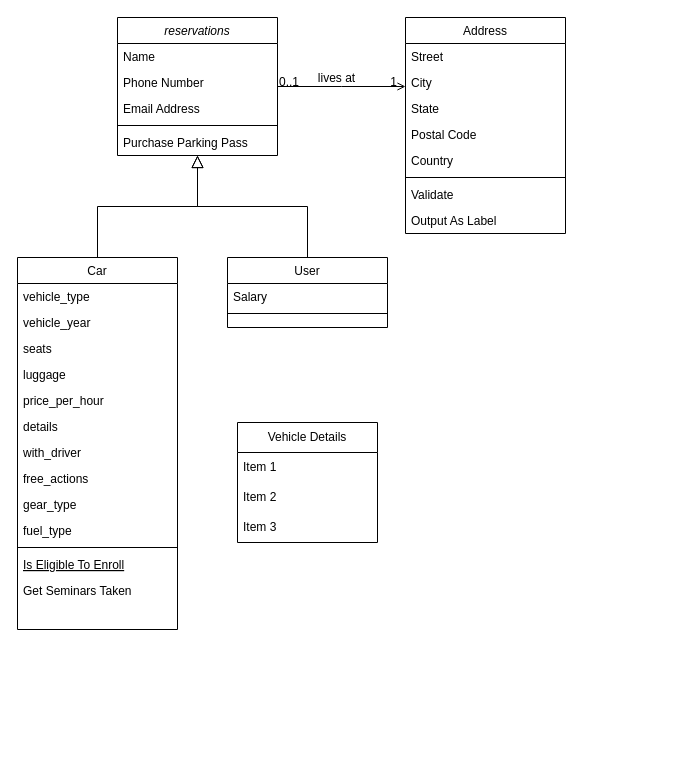
Above: api.drawio in khusanov-m/rent-gate-api (draw.io), before the change. Source tidied: cells renumbered, new cells numbered last; positions are measured from the earlier drawing's top-left corner, leaving out a move shared by most shapes. Both pictures are drawn from the tidied source at 100%, with x=0, y=0 at pixel (17, 17).
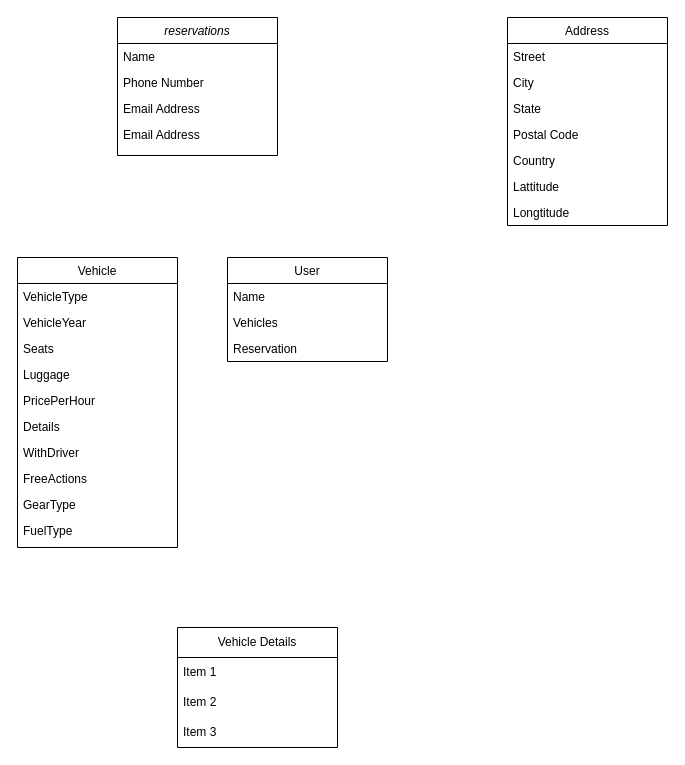
The same diagram, later.

Commit message (it also covers changes not shown here):
feat: add create vehicle method and apply preloading

The change refers to these unchanged cells:
```xml
<mxCell id="2" value="reservations" style="swimlane;fontStyle=2;align=center;verticalAlign=top;horizontal=1;startSize=26;rounded=0;shadow=0;strokeWidth=1;" parent="1" vertex="1">
  <mxGeometry x="100" width="160" height="138" as="geometry" />
</mxCell>
```

Diff of the diagram source:
```diff
@@
-    <mxCell id="6" style="line;html=1;strokeWidth=1;align=left;verticalAlign=middle;spacingTop=-1;spacingLeft=3;spacingRight=3;labelPosition=right;" parent="2" vertex="1">
-      <mxGeometry y="104" width="160" height="8" as="geometry" />
-    </mxCell>
-    <mxCell id="7" value="Purchase Parking Pass" style="text;align=left;verticalAlign=top;spacingLeft=4;spacingRight=4;overflow=hidden;" parent="2" vertex="1">
-      <mxGeometry y="112" width="160" height="26" as="geometry" />
-    </mxCell>
+    <mxCell id="44" value="Email Address" style="text;align=left;verticalAlign=top;spacingLeft=4;spacingRight=4;overflow=hidden;rounded=0;shadow=0;html=0;" parent="2" vertex="1">
+      <mxGeometry y="104" width="160" height="26" as="geometry" />
+    </mxCell>
-    <mxCell id="8" value="Car" style="swimlane;fontStyle=0;align=center;verticalAlign=top;horizontal=1;startSize=26;rounded=0;shadow=0;strokeWidth=1;" parent="1" vertex="1">
-      <mxGeometry y="240" width="160" height="372" as="geometry" />
+    <mxCell id="8" value="Vehicle" style="swimlane;fontStyle=0;align=center;verticalAlign=top;horizontal=1;startSize=26;rounded=0;shadow=0;strokeWidth=1;" parent="1" vertex="1">
+      <mxGeometry y="240" width="160" height="290" as="geometry" />
     </mxCell>
-    <mxCell id="9" value="vehicle_type" style="text;align=left;verticalAlign=top;spacingLeft=4;spacingRight=4;overflow=hidden;rounded=0;shadow=0;html=0;" parent="8" vertex="1">
+    <mxCell id="9" value="VehicleType" style="text;align=left;verticalAlign=top;spacingLeft=4;spacingRight=4;overflow=hidden;rounded=0;shadow=0;html=0;" parent="8" vertex="1">
       <mxGeometry y="26" width="160" height="26" as="geometry" />
     </mxCell>
-    <mxCell id="10" value="vehicle_year" style="text;align=left;verticalAlign=top;spacingLeft=4;spacingRight=4;overflow=hidden;rounded=0;shadow=0;html=0;" parent="8" vertex="1">
+    <mxCell id="10" value="VehicleYear" style="text;align=left;verticalAlign=top;spacingLeft=4;spacingRight=4;overflow=hidden;rounded=0;shadow=0;html=0;" parent="8" vertex="1">
       <mxGeometry y="52" width="160" height="26" as="geometry" />
     </mxCell>
-    <mxCell id="11" value="seats" style="text;align=left;verticalAlign=top;spacingLeft=4;spacingRight=4;overflow=hidden;rounded=0;shadow=0;html=0;" parent="8" vertex="1">
+    <mxCell id="11" value="Seats" style="text;align=left;verticalAlign=top;spacingLeft=4;spacingRight=4;overflow=hidden;rounded=0;shadow=0;html=0;" parent="8" vertex="1">
       <mxGeometry y="78" width="160" height="26" as="geometry" />
     </mxCell>
-    <mxCell id="12" value="luggage" style="text;align=left;verticalAlign=top;spacingLeft=4;spacingRight=4;overflow=hidden;rounded=0;shadow=0;html=0;" parent="8" vertex="1">
+    <mxCell id="12" value="Luggage" style="text;align=left;verticalAlign=top;spacingLeft=4;spacingRight=4;overflow=hidden;rounded=0;shadow=0;html=0;" parent="8" vertex="1">
       <mxGeometry y="104" width="160" height="26" as="geometry" />
     </mxCell>
-    <mxCell id="13" value="price_per_hour" style="text;align=left;verticalAlign=top;spacingLeft=4;spacingRight=4;overflow=hidden;rounded=0;shadow=0;html=0;" parent="8" vertex="1">
+    <mxCell id="13" value="PricePerHour" style="text;align=left;verticalAlign=top;spacingLeft=4;spacingRight=4;overflow=hidden;rounded=0;shadow=0;html=0;" parent="8" vertex="1">
       <mxGeometry y="130" width="160" height="26" as="geometry" />
     </mxCell>
-    <mxCell id="14" value="details" style="text;align=left;verticalAlign=top;spacingLeft=4;spacingRight=4;overflow=hidden;rounded=0;shadow=0;html=0;" parent="8" vertex="1">
+    <mxCell id="14" value="Details" style="text;align=left;verticalAlign=top;spacingLeft=4;spacingRight=4;overflow=hidden;rounded=0;shadow=0;html=0;" parent="8" vertex="1">
       <mxGeometry y="156" width="160" height="26" as="geometry" />
     </mxCell>
-    <mxCell id="15" value="with_driver" style="text;align=left;verticalAlign=top;spacingLeft=4;spacingRight=4;overflow=hidden;rounded=0;shadow=0;html=0;" parent="8" vertex="1">
+    <mxCell id="15" value="WithDriver" style="text;align=left;verticalAlign=top;spacingLeft=4;spacingRight=4;overflow=hidden;rounded=0;shadow=0;html=0;" parent="8" vertex="1">
       <mxGeometry y="182" width="160" height="26" as="geometry" />
     </mxCell>
-    <mxCell id="16" value="free_actions" style="text;align=left;verticalAlign=top;spacingLeft=4;spacingRight=4;overflow=hidden;rounded=0;shadow=0;html=0;" parent="8" vertex="1">
+    <mxCell id="16" value="FreeActions" style="text;align=left;verticalAlign=top;spacingLeft=4;spacingRight=4;overflow=hidden;rounded=0;shadow=0;html=0;" parent="8" vertex="1">
       <mxGeometry y="208" width="160" height="26" as="geometry" />
     </mxCell>
-    <mxCell id="17" value="gear_type" style="text;align=left;verticalAlign=top;spacingLeft=4;spacingRight=4;overflow=hidden;rounded=0;shadow=0;html=0;" parent="8" vertex="1">
+    <mxCell id="17" value="GearType" style="text;align=left;verticalAlign=top;spacingLeft=4;spacingRight=4;overflow=hidden;rounded=0;shadow=0;html=0;" parent="8" vertex="1">
       <mxGeometry y="234" width="160" height="26" as="geometry" />
     </mxCell>
-    <mxCell id="18" value="fuel_type" style="text;align=left;verticalAlign=top;spacingLeft=4;spacingRight=4;overflow=hidden;rounded=0;shadow=0;html=0;" parent="8" vertex="1">
+    <mxCell id="18" value="FuelType" style="text;align=left;verticalAlign=top;spacingLeft=4;spacingRight=4;overflow=hidden;rounded=0;shadow=0;html=0;" parent="8" vertex="1">
       <mxGeometry y="260" width="160" height="26" as="geometry" />
     </mxCell>
-    <mxCell id="19" style="line;html=1;strokeWidth=1;align=left;verticalAlign=middle;spacingTop=-1;spacingLeft=3;spacingRight=3;labelPosition=right;" parent="8" vertex="1">
-      <mxGeometry y="286" width="160" height="8" as="geometry" />
-    </mxCell>
-    <mxCell id="20" value="Is Eligible To Enroll" style="text;align=left;verticalAlign=top;spacingLeft=4;spacingRight=4;overflow=hidden;fontStyle=4;" parent="8" vertex="1">
-      <mxGeometry y="294" width="160" height="26" as="geometry" />
-    </mxCell>
-    <mxCell id="21" value="Get Seminars Taken" style="text;align=left;verticalAlign=top;spacingLeft=4;spacingRight=4;overflow=hidden;" parent="8" vertex="1">
-      <mxGeometry y="320" width="160" height="26" as="geometry" />
-    </mxCell>
-    <mxCell id="22" style="endArrow=block;endSize=10;endFill=0;shadow=0;strokeWidth=1;rounded=0;edgeStyle=elbowEdgeStyle;elbow=vertical;" parent="1" edge="1" source="8" target="2">
-      <mxGeometry relative="1" as="geometry" />
-    </mxCell>
     <mxCell id="23" value="User" style="swimlane;fontStyle=0;align=center;verticalAlign=top;horizontal=1;startSize=26;rounded=0;shadow=0;strokeWidth=1;" parent="1" vertex="1">
-      <mxGeometry x="210" y="240" width="160" height="70" as="geometry" />
+      <mxGeometry x="210" y="240" width="160" height="104" as="geometry" />
     </mxCell>
-    <mxCell id="24" value="Salary" style="text;align=left;verticalAlign=top;spacingLeft=4;spacingRight=4;overflow=hidden;" parent="23" vertex="1">
+    <mxCell id="24" value="Name" style="text;align=left;verticalAlign=top;spacingLeft=4;spacingRight=4;overflow=hidden;" parent="23" vertex="1">
       <mxGeometry y="26" width="160" height="26" as="geometry" />
     </mxCell>
-    <mxCell id="25" style="line;html=1;strokeWidth=1;align=left;verticalAlign=middle;spacingTop=-1;spacingLeft=3;spacingRight=3;labelPosition=right;" parent="23" vertex="1">
-      <mxGeometry y="52" width="160" height="8" as="geometry" />
-    </mxCell>
-    <mxCell id="26" style="endArrow=block;endSize=10;endFill=0;shadow=0;strokeWidth=1;rounded=0;edgeStyle=elbowEdgeStyle;elbow=vertical;" parent="1" edge="1" source="23" target="2">
-      <mxGeometry relative="1" as="geometry" />
-    </mxCell>
+    <mxCell id="45" value="Vehicles" style="text;align=left;verticalAlign=top;spacingLeft=4;spacingRight=4;overflow=hidden;" parent="23" vertex="1">
+      <mxGeometry y="52" width="160" height="26" as="geometry" />
+    </mxCell>
+    <mxCell id="46" value="Reservation" style="text;align=left;verticalAlign=top;spacingLeft=4;spacingRight=4;overflow=hidden;" parent="23" vertex="1">
+      <mxGeometry y="78" width="160" height="26" as="geometry" />
+    </mxCell>
     <mxCell id="27" value="Address" style="swimlane;fontStyle=0;align=center;verticalAlign=top;horizontal=1;startSize=26;rounded=0;shadow=0;strokeWidth=1;" parent="1" vertex="1">
-      <mxGeometry x="388" width="160" height="216" as="geometry" />
+      <mxGeometry x="490" width="160" height="208" as="geometry" />
     </mxCell>
@@
-    <mxCell id="33" style="line;html=1;strokeWidth=1;align=left;verticalAlign=middle;spacingTop=-1;spacingLeft=3;spacingRight=3;labelPosition=right;" parent="27" vertex="1">
-      <mxGeometry y="156" width="160" height="8" as="geometry" />
-    </mxCell>
-    <mxCell id="34" value="Validate" style="text;align=left;verticalAlign=top;spacingLeft=4;spacingRight=4;overflow=hidden;" parent="27" vertex="1">
-      <mxGeometry y="164" width="160" height="26" as="geometry" />
-    </mxCell>
-    <mxCell id="35" value="Output As Label" style="text;align=left;verticalAlign=top;spacingLeft=4;spacingRight=4;overflow=hidden;" parent="27" vertex="1">
-      <mxGeometry y="190" width="160" height="26" as="geometry" />
-    </mxCell>
-    <mxCell id="36" style="endArrow=open;shadow=0;strokeWidth=1;rounded=0;endFill=1;edgeStyle=elbowEdgeStyle;elbow=vertical;" parent="1" edge="1" source="2" target="27">
-      <mxGeometry x="0.5" y="41" relative="1" as="geometry">
-        <mxPoint x="-40" y="32" as="offset" />
-      </mxGeometry>
-    </mxCell>
-    <mxCell id="37" value="0..1" style="align=left;verticalAlign=bottom;labelBackgroundColor=none;fontSize=12;" parent="36" vertex="1">
-      <mxGeometry x="-1" relative="1" as="geometry">
-        <mxPoint y="4" as="offset" />
-      </mxGeometry>
-    </mxCell>
-    <mxCell id="38" value="1" style="align=right;verticalAlign=bottom;labelBackgroundColor=none;fontSize=12;" parent="36" vertex="1">
-      <mxGeometry x="1" relative="1" as="geometry">
-        <mxPoint x="-7" y="4" as="offset" />
-      </mxGeometry>
-    </mxCell>
-    <mxCell id="39" value="lives at" style="text;html=1;align=center;verticalAlign=middle;labelBackgroundColor=none;rounded=0;shadow=0;strokeWidth=1;fontSize=12;" parent="36" vertex="1">
-      <mxGeometry x="0.5" y="49" relative="1" as="geometry">
-        <mxPoint x="-38" y="40" as="offset" />
-      </mxGeometry>
-    </mxCell>
+    <mxCell id="47" value="Lattitude" style="text;align=left;verticalAlign=top;spacingLeft=4;spacingRight=4;overflow=hidden;rounded=0;shadow=0;html=0;" parent="27" vertex="1">
+      <mxGeometry y="156" width="160" height="26" as="geometry" />
+    </mxCell>
+    <mxCell id="48" value="Longtitude" style="text;align=left;verticalAlign=top;spacingLeft=4;spacingRight=4;overflow=hidden;rounded=0;shadow=0;html=0;" parent="27" vertex="1">
+      <mxGeometry y="182" width="160" height="26" as="geometry" />
+    </mxCell>
     <mxCell id="40" value="Vehicle Details" style="swimlane;fontStyle=0;horizontal=1;startSize=30;whiteSpace=wrap;html=1;" parent="1" vertex="1">
-      <mxGeometry x="220" y="405" width="140" height="120" as="geometry" />
+      <mxGeometry x="160" y="610" width="160" height="120" as="geometry" />
     </mxCell>
     <mxCell id="41" value="Item 1" style="text;strokeColor=none;fillColor=none;align=left;verticalAlign=middle;spacingLeft=4;spacingRight=4;overflow=hidden;whiteSpace=wrap;html=1;" parent="40" vertex="1">
-      <mxGeometry y="30" width="140" height="30" as="geometry" />
+      <mxGeometry y="30" width="160" height="30" as="geometry" />
     </mxCell>
     <mxCell id="42" value="Item 2" style="text;strokeColor=none;fillColor=none;align=left;verticalAlign=middle;spacingLeft=4;spacingRight=4;overflow=hidden;whiteSpace=wrap;html=1;" parent="40" vertex="1">
-      <mxGeometry y="60" width="140" height="30" as="geometry" />
+      <mxGeometry y="60" width="160" height="30" as="geometry" />
     </mxCell>
     <mxCell id="43" value="Item 3" style="text;strokeColor=none;fillColor=none;align=left;verticalAlign=middle;spacingLeft=4;spacingRight=4;overflow=hidden;whiteSpace=wrap;html=1;" parent="40" vertex="1">
-      <mxGeometry y="90" width="140" height="30" as="geometry" />
+      <mxGeometry y="90" width="160" height="30" as="geometry" />
     </mxCell>
```
